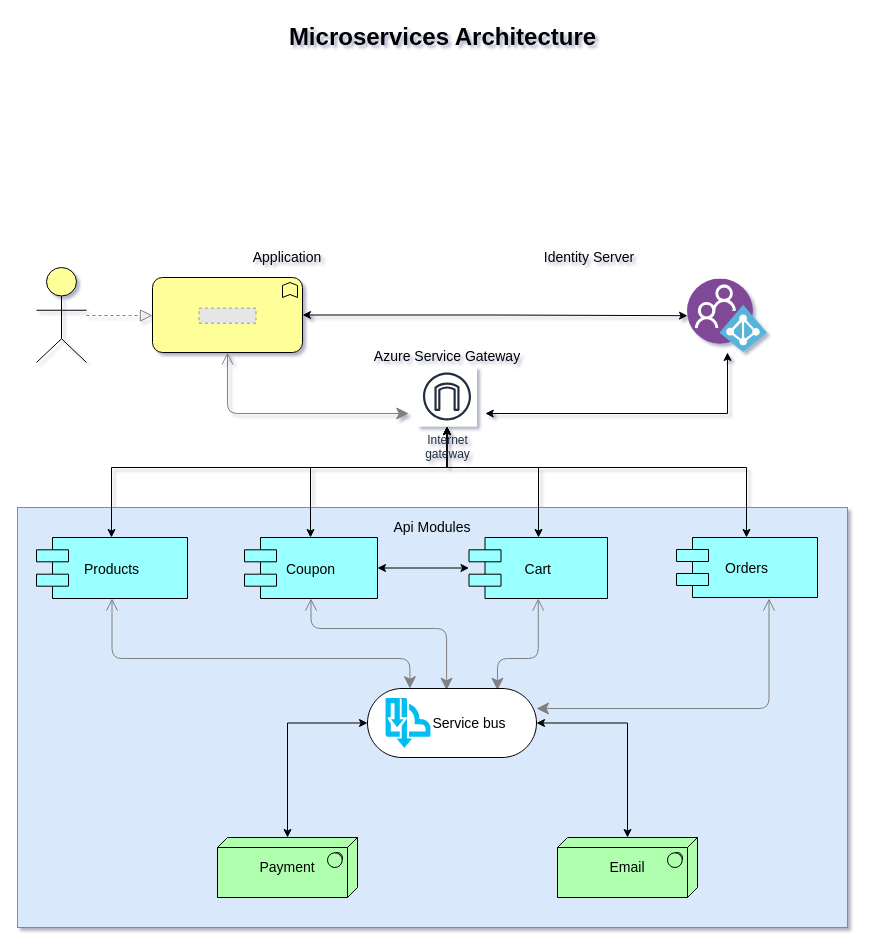
The draw.io diagram Untitled Diagram.drawio in programfiction/FictionShoppingCart, before the edit. Source tidied: cells renumbered, new cells numbered last; positions are measured from the earlier drawing's top-left corner, leaving out a move shared by most shapes. Both pictures are drawn from the tidied source at 100%, with x=0, y=0 at pixel (17, 17). Pictures stored in the file or linked from it are replaced by grey dashed boxes.
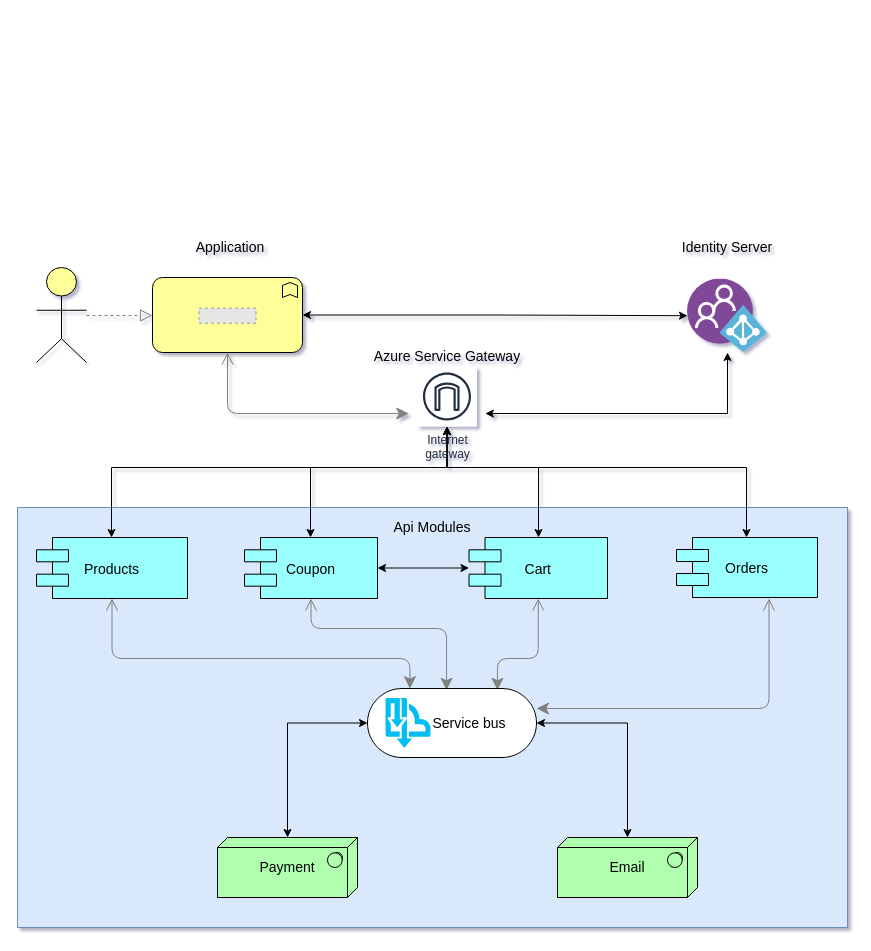
The same diagram, later.

What changed in the source:
```diff
@@
     <mxCell id="22" value="Application" style="text;html=1;strokeColor=none;fillColor=none;align=center;verticalAlign=middle;whiteSpace=wrap;fontSize=14;" parent="1" vertex="1">
-      <mxGeometry x="150" y="230" width="240" height="20" as="geometry" />
+      <mxGeometry x="93" y="220" width="240" height="20" as="geometry" />
     </mxCell>
@@
-    <mxCell id="25" value="Microservices Architecture" style="text;strokeColor=none;fillColor=none;html=1;fontSize=24;fontStyle=1;verticalAlign=middle;align=center;" parent="1" vertex="1">
-      <mxGeometry x="30" width="790" height="40" as="geometry" />
-    </mxCell>
@@
     <mxCell id="34" value="Identity Server" style="text;html=1;strokeColor=none;fillColor=none;align=center;verticalAlign=middle;whiteSpace=wrap;fontSize=14;" parent="1" vertex="1">
-      <mxGeometry x="451.5" y="230" width="240" height="20" as="geometry" />
+      <mxGeometry x="590" y="220" width="240" height="20" as="geometry" />
     </mxCell>
```
